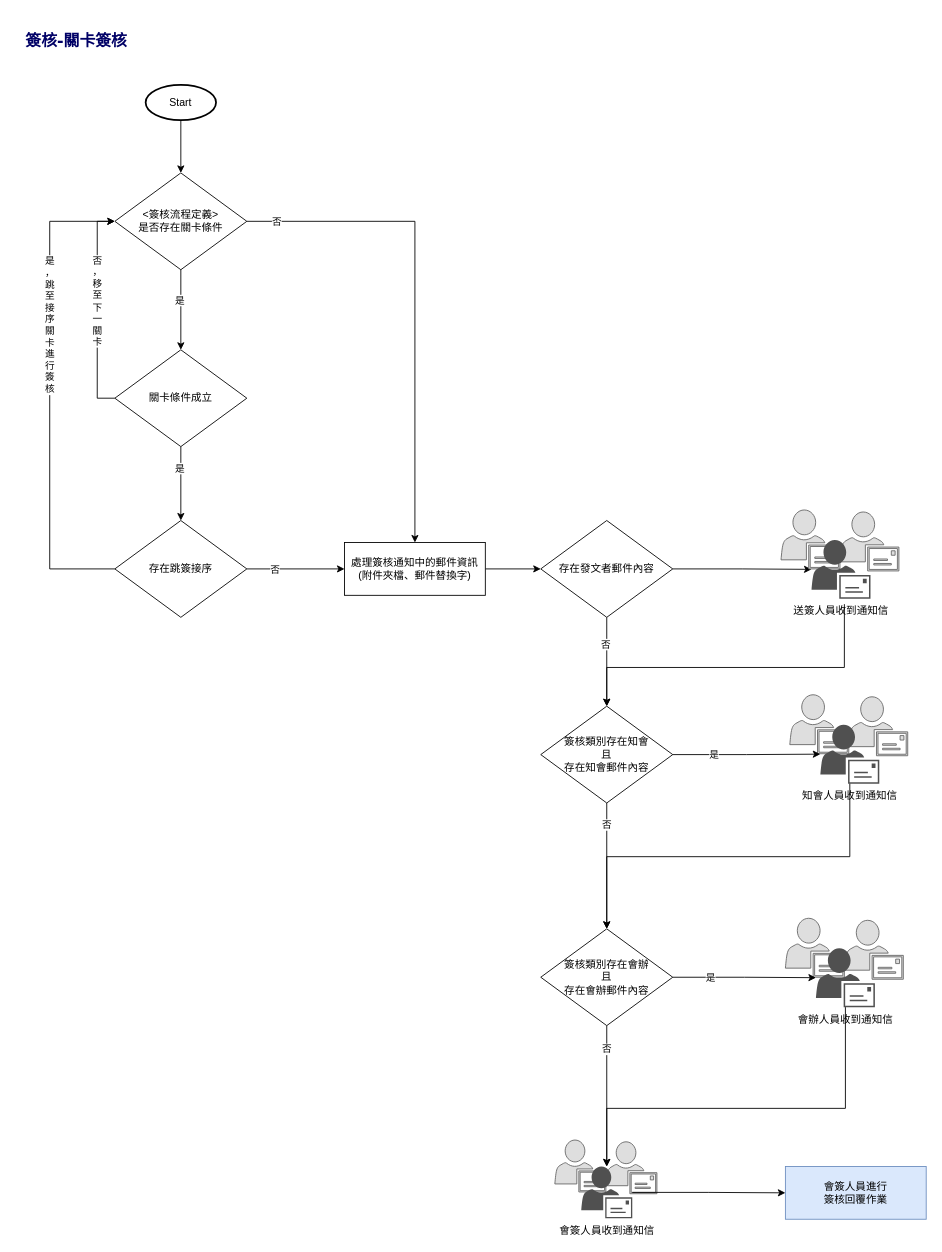
ArcareRD/sadocs keeps this draw.io diagram as page "關卡簽核" (3 of 4) of 8.10.2/RTE/SYSTEM/SIGNOFF/attachment/簽核流程.drawio. Above is the earlier version. Source tidied: cells renumbered, new cells numbered last; positions are measured from the earlier drawing's top-left corner, leaving out a move shared by most shapes. Both pictures are drawn from the tidied source at 88%, with x=0, y=0 at pixel (15, 18).
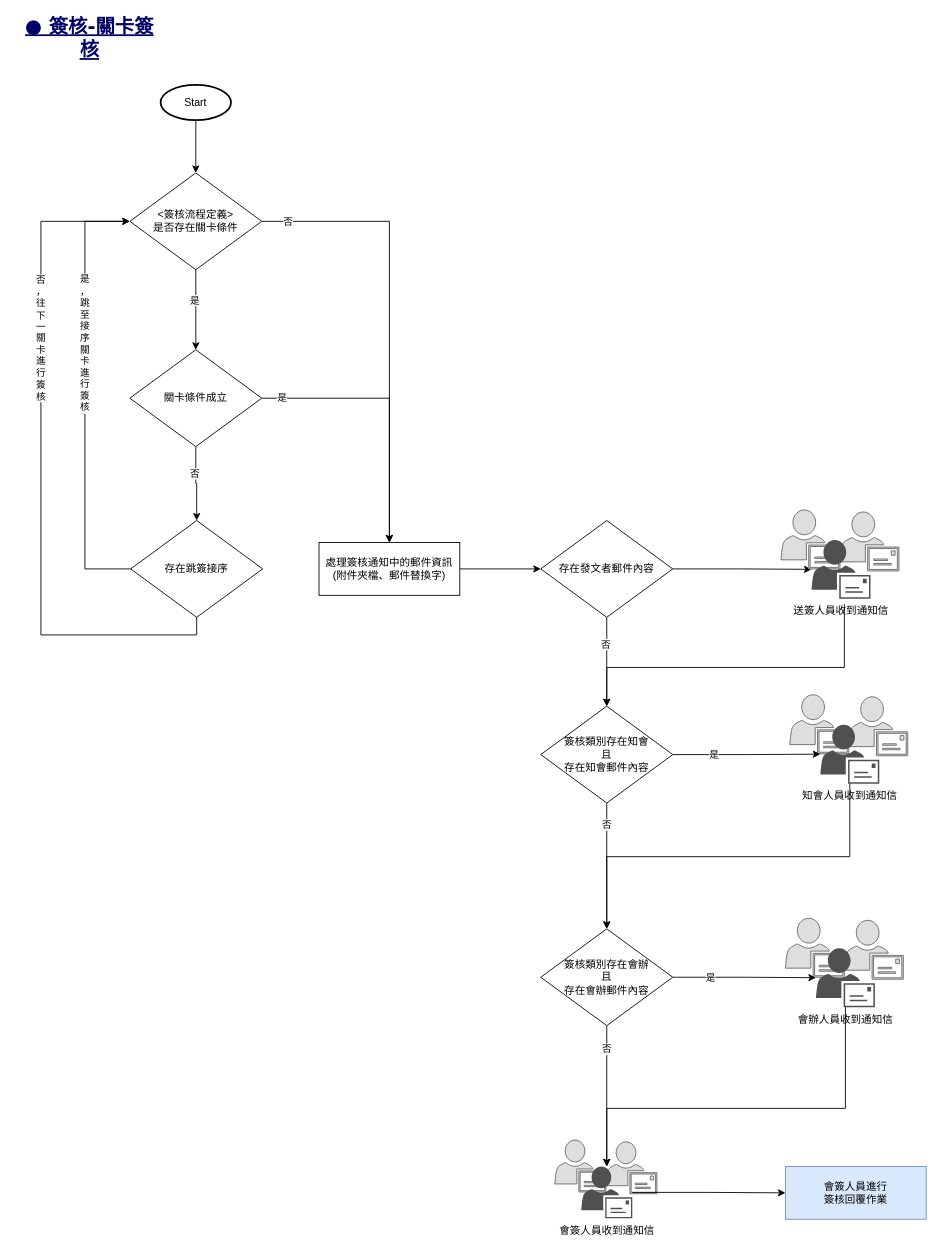
The same diagram, later.

The edit, as a diff of the source:
```diff
@@
     <mxCell id="3" value="處理簽核通知中的郵件資訊&lt;br&gt;(附件夾檔、郵件替換字)" style="rounded=0;whiteSpace=wrap;html=1;" parent="1" vertex="1">
-      <mxGeometry x="374" y="596" width="160" height="60" as="geometry" />
+      <mxGeometry x="345" y="596" width="160" height="60" as="geometry" />
     </mxCell>
@@
     <mxCell id="8" value="&amp;lt;簽核流程定義&amp;gt;&lt;br&gt;是否存在關卡條件" style="rhombus;whiteSpace=wrap;html=1;" parent="1" vertex="1">
-      <mxGeometry x="113" y="176" width="150" height="110" as="geometry" />
+      <mxGeometry x="130" y="176" width="150" height="110" as="geometry" />
     </mxCell>
-    <mxCell id="9" style="edgeStyle=orthogonalEdgeStyle;rounded=0;jettySize=auto;html=1;" parent="1" edge="1" source="13" target="18">
+    <mxCell id="9" style="edgeStyle=orthogonalEdgeStyle;rounded=0;jettySize=auto;html=1;entryX=0.5;entryY=0;entryDx=0;entryDy=0;" parent="1" edge="1" source="13" target="3">
       <mxGeometry relative="1" as="geometry" />
     </mxCell>
     <mxCell id="10" value="是" style="edgeLabel;html=1;align=center;verticalAlign=middle;" parent="9" vertex="1">
       <mxGeometry x="-0.2" relative="1" as="geometry">
-        <mxPoint x="-2" y="-10" as="offset" />
+        <mxPoint x="-102" y="-1" as="offset" />
       </mxGeometry>
     </mxCell>
-    <mxCell id="11" style="edgeStyle=orthogonalEdgeStyle;rounded=0;jettySize=auto;html=1;entryX=0;entryY=0.5;entryDx=0;entryDy=0;exitX=0;exitY=0.5;exitDx=0;exitDy=0;" parent="1" edge="1" source="13" target="8">
-      <mxGeometry relative="1" as="geometry" />
-    </mxCell>
-    <mxCell id="12" value="否&lt;br&gt;，&lt;br&gt;移&lt;br&gt;至&lt;br&gt;下&lt;br&gt;一&lt;br&gt;關&lt;br&gt;卡" style="edgeLabel;html=1;align=center;verticalAlign=middle;" parent="11" vertex="1">
-      <mxGeometry x="0.39" y="-2" relative="1" as="geometry">
-        <mxPoint x="-3" y="36" as="offset" />
-      </mxGeometry>
-    </mxCell>
+    <mxCell id="57" style="edgeStyle=orthogonalEdgeStyle;rounded=0;jettySize=auto;html=1;entryX=0.5;entryY=0;entryDx=0;entryDy=0;fontSize=22;" parent="1" edge="1" source="13" target="18">
+      <mxGeometry relative="1" as="geometry" />
+    </mxCell>
+    <mxCell id="15" value="否" style="edgeLabel;html=1;align=center;verticalAlign=middle;fontSize=11;" parent="57" vertex="1">
+      <mxGeometry x="-0.22" relative="1" as="geometry">
+        <mxPoint x="-2" y="-3" as="offset" />
+      </mxGeometry>
+    </mxCell>
     <mxCell id="13" value="關卡條件成立" style="rhombus;whiteSpace=wrap;html=1;" parent="1" vertex="1">
-      <mxGeometry x="113" y="377" width="150" height="110" as="geometry" />
+      <mxGeometry x="130" y="377" width="150" height="110" as="geometry" />
     </mxCell>
-    <mxCell id="14" style="edgeStyle=orthogonalEdgeStyle;rounded=0;jettySize=auto;html=1;entryX=0;entryY=0.5;entryDx=0;entryDy=0;" parent="1" edge="1" source="18" target="3">
-      <mxGeometry relative="1" as="geometry" />
-    </mxCell>
-    <mxCell id="15" value="否" style="edgeLabel;html=1;align=center;verticalAlign=middle;" parent="14" vertex="1">
-      <mxGeometry x="-0.29" relative="1" as="geometry">
-        <mxPoint x="-8" as="offset" />
-      </mxGeometry>
-    </mxCell>
     <mxCell id="16" style="edgeStyle=orthogonalEdgeStyle;rounded=0;jettySize=auto;html=1;entryX=0;entryY=0.5;entryDx=0;entryDy=0;exitX=0;exitY=0.5;exitDx=0;exitDy=0;" parent="1" edge="1" source="18" target="8">
       <mxGeometry relative="1" as="geometry">
         <Array as="points">
-          <mxPoint x="39" y="626" />
-          <mxPoint x="39" y="231" />
+          <mxPoint x="79" y="626" />
+          <mxPoint x="79" y="231" />
         </Array>
       </mxGeometry>
     </mxCell>
     <mxCell id="17" value="是&lt;br&gt;，&lt;br&gt;跳&lt;br&gt;至&lt;br&gt;接&lt;br&gt;序&lt;br&gt;關&lt;br&gt;卡&lt;br&gt;進&lt;br&gt;行&lt;br&gt;簽&lt;br&gt;核" style="edgeLabel;html=1;align=center;verticalAlign=middle;" parent="16" vertex="1">
       <mxGeometry x="0.44" y="2" relative="1" as="geometry">
-        <mxPoint x="1" y="39" as="offset" />
+        <mxPoint x="1" y="50" as="offset" />
       </mxGeometry>
     </mxCell>
+    <mxCell id="58" style="edgeStyle=orthogonalEdgeStyle;rounded=0;jettySize=auto;html=1;entryX=0;entryY=0.5;entryDx=0;entryDy=0;fontSize=11;exitX=0.5;exitY=1;exitDx=0;exitDy=0;" parent="1" edge="1" source="18" target="8">
+      <mxGeometry relative="1" as="geometry">
+        <Array as="points">
+          <mxPoint x="206" y="701" />
+          <mxPoint x="29" y="701" />
+          <mxPoint x="29" y="231" />
+        </Array>
+      </mxGeometry>
+    </mxCell>
+    <mxCell id="59" value="否&lt;br&gt;，&lt;br&gt;往&lt;br&gt;下&lt;br&gt;一&lt;br&gt;關&lt;br&gt;卡&lt;br&gt;進&lt;br&gt;行&lt;br&gt;簽&lt;br&gt;核" style="edgeLabel;html=1;align=center;verticalAlign=middle;fontSize=11;" parent="58" vertex="1">
+      <mxGeometry x="0.55" relative="1" as="geometry">
+        <mxPoint x="-1" y="60" as="offset" />
+      </mxGeometry>
+    </mxCell>
     <mxCell id="18" value="存在跳簽接序" style="rhombus;whiteSpace=wrap;html=1;" parent="1" vertex="1">
-      <mxGeometry x="113" y="571" width="150" height="110" as="geometry" />
+      <mxGeometry x="131" y="571" width="150" height="110" as="geometry" />
     </mxCell>
@@
     <mxCell id="21" value="Start" style="strokeWidth=2;html=1;shape=mxgraph.flowchart.start_1;whiteSpace=wrap;" parent="1" vertex="1">
-      <mxGeometry x="148" y="76" width="80" height="40" as="geometry" />
+      <mxGeometry x="165" y="76" width="80" height="40" as="geometry" />
     </mxCell>
@@
-    <mxCell id="47" value="簽核-關卡簽核" style="rounded=0;whiteSpace=wrap;html=1;strokeColor=none;fillColor=none;fontStyle=1;fontFamily=Verdana;fontSize=18;fontColor=#000066;dashed=1;strokeWidth=2;" parent="1" vertex="1">
-      <mxGeometry width="139" height="50" as="geometry" />
+    <mxCell id="47" value="● 簽核-關卡簽核" style="rounded=0;whiteSpace=wrap;html=1;strokeColor=none;fillColor=none;fontStyle=5;fontFamily=Verdana;fontSize=22;fontColor=#000066;dashed=1;strokeWidth=2;" parent="1" vertex="1">
+      <mxGeometry y="-2" width="169" height="50" as="geometry" />
     </mxCell>
```
